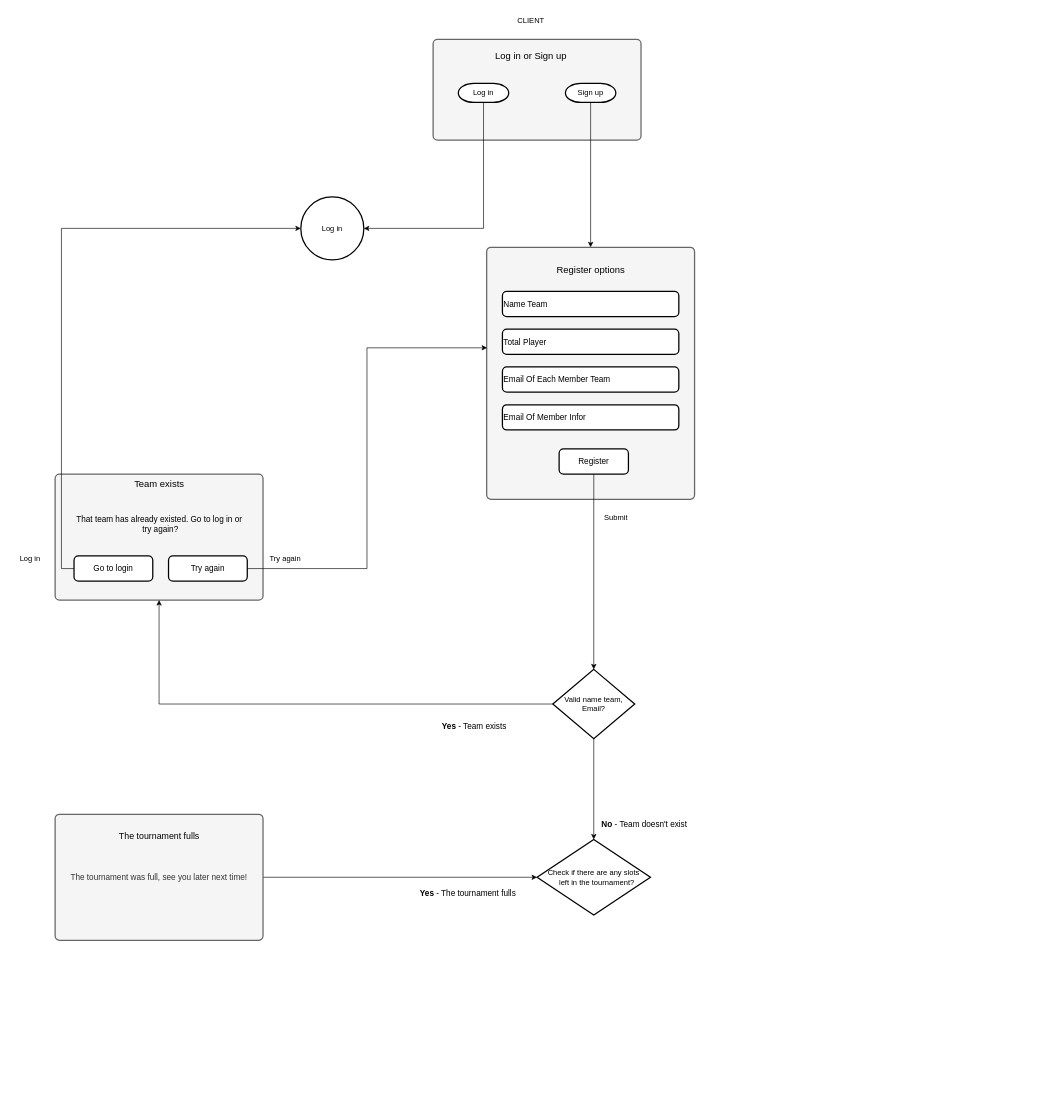
The draw.io diagram Do An/Báo cáo giữa kì/Use Flow Diagram.drawio in LapTrinhMangProject/NT106.N22.Group10, before the edit. Source tidied: cells renumbered, new cells numbered last; positions are measured from the earlier drawing's top-left corner, leaving out a move shared by most shapes. Both pictures are drawn from the tidied source at 63%, with x=0, y=0 at pixel (11, 11).
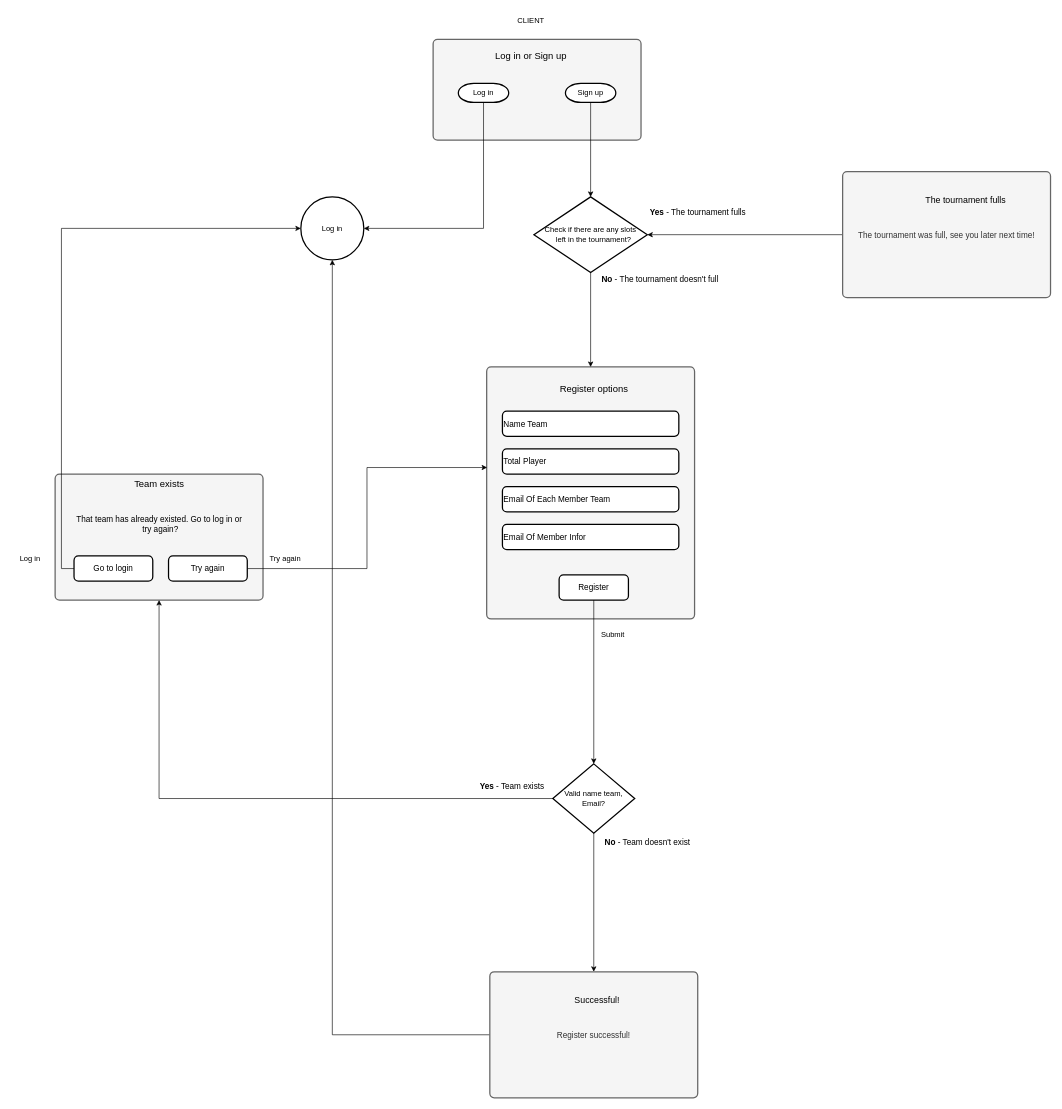
The same page after the edit.

Commit message:
Cập nhật Use Flow Diagram.drawio

Unchanged cells that the change refers to:
```xml
<mxCell id="8" value="Sign up" style="strokeWidth=2;html=1;shape=mxgraph.flowchart.terminator;whiteSpace=wrap;" parent="1" vertex="1">
  <mxGeometry x="880" y="115" width="80" height="30" as="geometry" />
</mxCell>
<mxCell id="9" value="Log in" style="strokeWidth=2;html=1;shape=mxgraph.flowchart.start_2;whiteSpace=wrap;" parent="1" vertex="1">
  <mxGeometry x="460" y="295" width="100" height="100" as="geometry" />
</mxCell>
```

The edit, as a diff of the source:
```diff
@@
-    <mxCell id="7" style="edgeStyle=orthogonalEdgeStyle;rounded=0;jettySize=auto;html=1;exitX=0.5;exitY=1;exitDx=0;exitDy=0;exitPerimeter=0;" parent="1" edge="1" source="8" target="10">
-      <mxGeometry relative="1" as="geometry" />
-    </mxCell>
+    <mxCell id="38" style="edgeStyle=orthogonalEdgeStyle;rounded=0;jettySize=auto;html=1;exitX=0.5;exitY=1;exitDx=0;exitDy=0;exitPerimeter=0;entryX=0.5;entryY=0;entryDx=0;entryDy=0;entryPerimeter=0;" parent="1" edge="1" source="8" target="32">
+      <mxGeometry relative="1" as="geometry" />
+    </mxCell>
@@
     <mxCell id="10" style="rounded=1;whiteSpace=wrap;html=1;absoluteArcSize=1;arcSize=14;strokeWidth=2;fillColor=#f5f5f5;fontColor=#333333;strokeColor=#666666;" parent="1" vertex="1">
-      <mxGeometry x="755" y="375" width="330" height="400" as="geometry" />
+      <mxGeometry x="755" y="565" width="330" height="400" as="geometry" />
     </mxCell>
     <mxCell id="11" value="Register options" style="text;html=1;align=center;verticalAlign=middle;strokeColor=none;fillColor=none;fontSize=15;" parent="1" vertex="1">
-      <mxGeometry x="855" y="395" width="130" height="30" as="geometry" />
+      <mxGeometry x="860" y="585" width="130" height="30" as="geometry" />
     </mxCell>
     <mxCell id="12" value="Name Team" style="rounded=1;whiteSpace=wrap;html=1;absoluteArcSize=1;arcSize=14;strokeWidth=2;align=left;fontSize=13;" parent="1" vertex="1">
-      <mxGeometry x="780" y="445" width="280" height="40" as="geometry" />
+      <mxGeometry x="780" y="635" width="280" height="40" as="geometry" />
     </mxCell>
     <mxCell id="13" value="Total Player" style="rounded=1;whiteSpace=wrap;html=1;absoluteArcSize=1;arcSize=14;strokeWidth=2;align=left;fontSize=13;" parent="1" vertex="1">
-      <mxGeometry x="780" y="505" width="280" height="40" as="geometry" />
+      <mxGeometry x="780" y="695" width="280" height="40" as="geometry" />
     </mxCell>
     <mxCell id="14" value="Email Of Each Member Team" style="rounded=1;whiteSpace=wrap;html=1;absoluteArcSize=1;arcSize=14;strokeWidth=2;align=left;fontSize=13;" parent="1" vertex="1">
-      <mxGeometry x="780" y="565" width="280" height="40" as="geometry" />
+      <mxGeometry x="780" y="755" width="280" height="40" as="geometry" />
     </mxCell>
@@
     <mxCell id="16" value="Register" style="rounded=1;whiteSpace=wrap;html=1;absoluteArcSize=1;arcSize=14;strokeWidth=2;fontSize=13;" parent="1" vertex="1">
-      <mxGeometry x="870" y="695" width="110" height="40" as="geometry" />
+      <mxGeometry x="870" y="895" width="110" height="40" as="geometry" />
     </mxCell>
@@
     <mxCell id="26" value="Email Of Member Infor" style="rounded=1;whiteSpace=wrap;html=1;absoluteArcSize=1;arcSize=14;strokeWidth=2;align=left;fontSize=13;" parent="1" vertex="1">
-      <mxGeometry x="780" y="625" width="280" height="40" as="geometry" />
+      <mxGeometry x="780" y="815" width="280" height="40" as="geometry" />
     </mxCell>
@@
-    <mxCell id="28" style="edgeStyle=orthogonalEdgeStyle;rounded=0;jettySize=auto;html=1;exitX=0.5;exitY=1;exitDx=0;exitDy=0;exitPerimeter=0;" parent="1" edge="1" source="29" target="32">
-      <mxGeometry relative="1" as="geometry" />
-    </mxCell>
+    <mxCell id="39" style="edgeStyle=orthogonalEdgeStyle;rounded=0;jettySize=auto;html=1;exitX=0.5;exitY=1;exitDx=0;exitDy=0;exitPerimeter=0;" parent="1" edge="1" source="29" target="41">
+      <mxGeometry relative="1" as="geometry" />
+    </mxCell>
     <mxCell id="29" value="Valid name team,&lt;br&gt;Email?" style="strokeWidth=2;html=1;shape=mxgraph.flowchart.decision;whiteSpace=wrap;" parent="1" vertex="1">
-      <mxGeometry x="860" y="1045" width="130" height="110" as="geometry" />
+      <mxGeometry x="860" y="1195" width="130" height="110" as="geometry" />
     </mxCell>
     <mxCell id="30" value="Submit" style="text;html=1;align=center;verticalAlign=middle;strokeColor=none;fillColor=none;" parent="1" vertex="1">
-      <mxGeometry x="930" y="790" width="60" height="30" as="geometry" />
+      <mxGeometry x="925" y="975" width="60" height="30" as="geometry" />
     </mxCell>
     <mxCell id="31" value="&lt;b style=&quot;font-size: 13px;&quot;&gt;Yes&lt;/b&gt; - Team exists" style="text;html=1;align=center;verticalAlign=middle;strokeColor=none;fillColor=none;fontSize=13;" parent="1" vertex="1">
-      <mxGeometry x="670" y="1120" width="130" height="30" as="geometry" />
+      <mxGeometry x="730" y="1215" width="130" height="30" as="geometry" />
     </mxCell>
-    <mxCell id="32" value="Check if there are any slots &lt;br&gt;&amp;nbsp; &amp;nbsp;left in the tournament?" style="strokeWidth=2;html=1;shape=mxgraph.flowchart.decision;whiteSpace=wrap;" parent="1" vertex="1">
-      <mxGeometry x="835" y="1315" width="180" height="120" as="geometry" />
-    </mxCell>
     <mxCell id="33" value="&lt;b&gt;No&lt;/b&gt;&amp;nbsp;- Team doesn't exist" style="text;html=1;align=center;verticalAlign=middle;strokeColor=none;fillColor=none;fontSize=13;" parent="1" vertex="1">
-      <mxGeometry x="925" y="1275" width="160" height="30" as="geometry" />
+      <mxGeometry x="930" y="1305" width="160" height="30" as="geometry" />
     </mxCell>
-    <mxCell id="34" style="edgeStyle=orthogonalEdgeStyle;rounded=0;jettySize=auto;html=1;exitX=1;exitY=0.5;exitDx=0;exitDy=0;entryX=0;entryY=0.5;entryDx=0;entryDy=0;entryPerimeter=0;" parent="1" edge="1" source="35" target="32">
+    <mxCell id="34" style="edgeStyle=orthogonalEdgeStyle;rounded=0;jettySize=auto;html=1;exitX=0;exitY=0.5;exitDx=0;exitDy=0;entryX=1;entryY=0.5;entryDx=0;entryDy=0;entryPerimeter=0;" parent="1" edge="1" source="35" target="32">
       <mxGeometry relative="1" as="geometry" />
     </mxCell>
     <mxCell id="35" value="&lt;font style=&quot;font-size: 13px;&quot;&gt;The tournament was full, see you later next time!&lt;/font&gt;" style="rounded=1;whiteSpace=wrap;html=1;absoluteArcSize=1;arcSize=14;strokeWidth=2;fillColor=#f5f5f5;fontColor=#333333;strokeColor=#666666;" parent="1" vertex="1">
-      <mxGeometry x="70" y="1275" width="330" height="200" as="geometry" />
+      <mxGeometry x="1320" y="255" width="330" height="200" as="geometry" />
     </mxCell>
     <mxCell id="36" value="&lt;font style=&quot;font-size: 14px;&quot;&gt;The tournament fulls&lt;/font&gt;" style="text;html=1;align=center;verticalAlign=middle;strokeColor=none;fillColor=none;" parent="1" vertex="1">
-      <mxGeometry x="160" y="1295" width="150" height="30" as="geometry" />
+      <mxGeometry x="1440" y="285" width="150" height="30" as="geometry" />
     </mxCell>
     <mxCell id="37" value="&lt;b style=&quot;font-size: 13px;&quot;&gt;Yes&lt;/b&gt; - The tournament fulls" style="text;html=1;align=center;verticalAlign=middle;strokeColor=none;fillColor=none;fontSize=13;" parent="1" vertex="1">
-      <mxGeometry x="635" y="1385" width="180" height="30" as="geometry" />
+      <mxGeometry x="1000" y="305" width="180" height="30" as="geometry" />
     </mxCell>
+    <mxCell id="40" style="edgeStyle=orthogonalEdgeStyle;rounded=0;jettySize=auto;html=1;exitX=0;exitY=0.5;exitDx=0;exitDy=0;entryX=0.5;entryY=1;entryDx=0;entryDy=0;entryPerimeter=0;" parent="1" edge="1" source="41" target="9">
+      <mxGeometry relative="1" as="geometry" />
+    </mxCell>
+    <mxCell id="41" value="&lt;font style=&quot;font-size: 13px;&quot;&gt;Register successful!&lt;/font&gt;" style="rounded=1;whiteSpace=wrap;html=1;absoluteArcSize=1;arcSize=14;strokeWidth=2;fillColor=#f5f5f5;fontColor=#333333;strokeColor=#666666;" parent="1" vertex="1">
+      <mxGeometry x="760" y="1525" width="330" height="200" as="geometry" />
+    </mxCell>
+    <mxCell id="42" value="&lt;font style=&quot;font-size: 14px;&quot;&gt;Successful!&lt;/font&gt;" style="text;html=1;align=center;verticalAlign=middle;strokeColor=none;fillColor=none;" parent="1" vertex="1">
+      <mxGeometry x="880" y="1555" width="100" height="30" as="geometry" />
+    </mxCell>
+    <mxCell id="43" style="edgeStyle=orthogonalEdgeStyle;rounded=0;jettySize=auto;html=1;exitX=0.5;exitY=1;exitDx=0;exitDy=0;exitPerimeter=0;" parent="1" edge="1" source="32" target="10">
+      <mxGeometry relative="1" as="geometry" />
+    </mxCell>
+    <mxCell id="32" value="Check if there are any slots &lt;br&gt;&amp;nbsp; &amp;nbsp;left in the tournament?" style="strokeWidth=2;html=1;shape=mxgraph.flowchart.decision;whiteSpace=wrap;" parent="1" vertex="1">
+      <mxGeometry x="830" y="295" width="180" height="120" as="geometry" />
+    </mxCell>
+    <mxCell id="44" value="&lt;b&gt;No&lt;/b&gt; - The tournament doesn't full" style="text;html=1;align=center;verticalAlign=middle;strokeColor=none;fillColor=none;fontSize=13;" parent="1" vertex="1">
+      <mxGeometry x="925" y="410" width="210" height="30" as="geometry" />
+    </mxCell>
```
